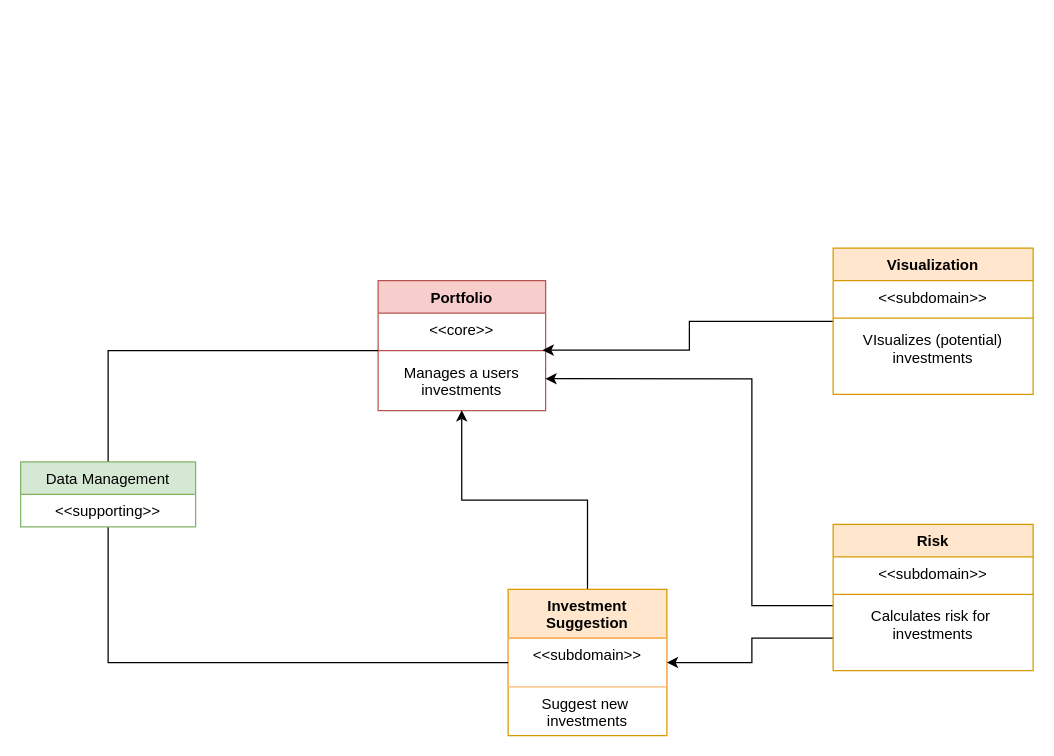
Before: UML/domains.drawio in tkBischoff/PyFolio, a draw.io diagram. Source tidied: cells renumbered, new cells numbered last; positions are measured from the earlier drawing's top-left corner, leaving out a move shared by most shapes. Both pictures are drawn from the tidied source at 125%, with x=0, y=0 at pixel (20, 248).
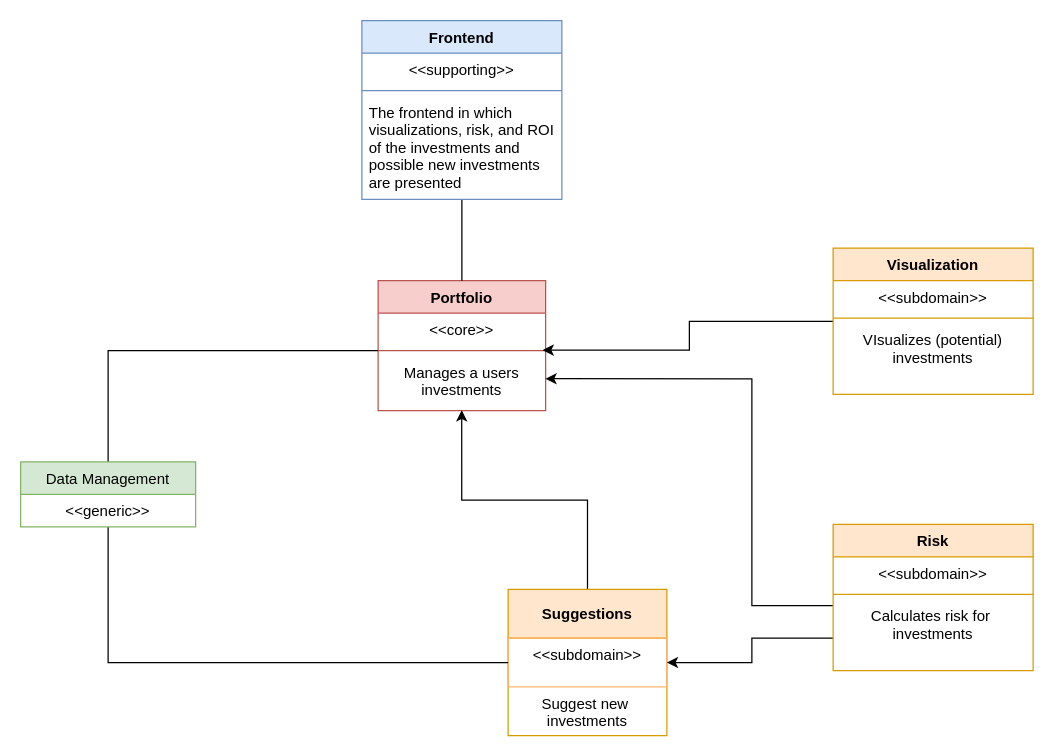
Above is the later version.

Commit message (it also covers changes not shown here):
Added Component diagram

Unchanged cells that the change refers to:
```xml
<mxCell id="2" value="Portfolio" style="swimlane;fontStyle=1;align=center;verticalAlign=top;horizontal=1;startSize=26;fillColor=#f8cecc;strokeColor=#b85450;" parent="1" vertex="1">
  <mxGeometry x="286" y="26" width="134" height="104" as="geometry" />
</mxCell>
<mxCell id="23" value="Data Management" style="swimlane;fontStyle=0;horizontal=1;startSize=26;fillColor=#d5e8d4;rounded=0;labelBackgroundColor=none;labelBorderColor=none;strokeColor=#82b366;html=0;" parent="1" vertex="1">
  <mxGeometry y="171" width="140" height="52" as="geometry" />
</mxCell>
```

Diff of the diagram source:
```diff
@@
-    <mxCell id="7" value="Investment&#10;Suggestion" style="swimlane;fontStyle=1;horizontal=1;startSize=39;fillColor=#ffe6cc;strokeColor=#d79b00;" parent="1" vertex="1">
+    <mxCell id="7" value="Suggestions" style="swimlane;fontStyle=1;horizontal=1;startSize=39;fillColor=#ffe6cc;strokeColor=#d79b00;" parent="1" vertex="1">
       <mxGeometry x="390" y="273" width="127" height="117" as="geometry" />
     </mxCell>
@@
-    <mxCell id="24" value="&lt;&lt;supporting&gt;&gt;" style="text;strokeColor=none;fillColor=none;align=center;verticalAlign=top;spacingLeft=4;spacingRight=4;overflow=hidden;rounded=0;labelBackgroundColor=none;labelBorderColor=none;html=0;" parent="23" vertex="1">
+    <mxCell id="24" value="&lt;&lt;generic&gt;&gt;" style="text;strokeColor=none;fillColor=none;align=center;verticalAlign=top;spacingLeft=4;spacingRight=4;overflow=hidden;rounded=0;labelBackgroundColor=none;labelBorderColor=none;html=0;" parent="23" vertex="1">
       <mxGeometry y="26" width="140" height="26" as="geometry" />
     </mxCell>
+    <mxCell id="25" style="edgeStyle=orthogonalEdgeStyle;rounded=0;jettySize=auto;html=1;entryX=0.5;entryY=0;entryDx=0;entryDy=0;endArrow=none;endFill=0;" parent="1" edge="1" source="26" target="2">
+      <mxGeometry relative="1" as="geometry" />
+    </mxCell>
+    <mxCell id="26" value="Frontend" style="swimlane;fontStyle=1;align=center;verticalAlign=top;horizontal=1;startSize=26;rounded=0;labelBackgroundColor=none;labelBorderColor=none;strokeColor=#6c8ebf;html=0;fillColor=#dae8fc;" parent="1" vertex="1">
+      <mxGeometry x="273" y="-182" width="160" height="143" as="geometry" />
+    </mxCell>
+    <mxCell id="27" value="&lt;&lt;supporting&gt;&gt;" style="text;strokeColor=none;fillColor=none;align=center;verticalAlign=top;spacingLeft=4;spacingRight=4;overflow=hidden;rounded=0;labelBackgroundColor=none;labelBorderColor=none;html=0;" parent="26" vertex="1">
+      <mxGeometry y="26" width="160" height="26" as="geometry" />
+    </mxCell>
+    <mxCell id="28" style="line;strokeWidth=1;fillColor=none;align=left;verticalAlign=middle;spacingTop=-1;spacingLeft=3;spacingRight=3;labelPosition=right;strokeColor=inherit;rounded=0;labelBackgroundColor=none;labelBorderColor=none;html=0;" parent="26" vertex="1">
+      <mxGeometry y="52" width="160" height="8" as="geometry" />
+    </mxCell>
+    <mxCell id="29" value="The frontend in which &#10;visualizations, risk, and ROI&#10;of the investments and &#10;possible new investments&#10;are presented" style="text;strokeColor=none;fillColor=none;align=left;verticalAlign=top;spacingLeft=4;spacingRight=4;overflow=hidden;rounded=0;labelBackgroundColor=none;labelBorderColor=none;html=0;" parent="26" vertex="1">
+      <mxGeometry y="60" width="160" height="83" as="geometry" />
+    </mxCell>
```
